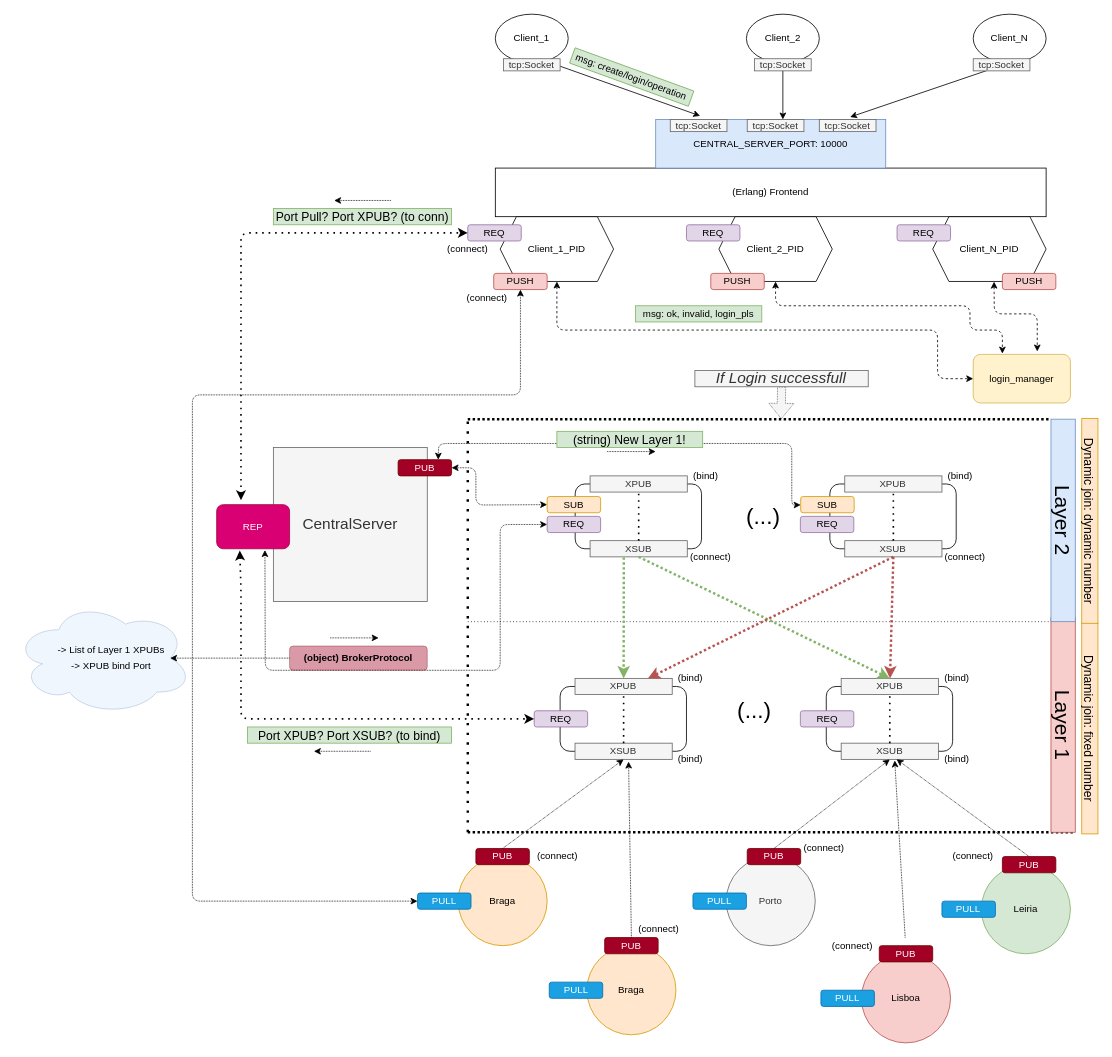
This is report/diagrams/geral.drawio from devzizu/covid-alarm-system, a draw.io file, before an edit. Source tidied: cells renumbered, new cells numbered last; positions are measured from the earlier drawing's top-left corner, leaving out a move shared by most shapes. Both pictures are drawn from the tidied source at 81%, with x=0, y=0 at pixel (14, 14).
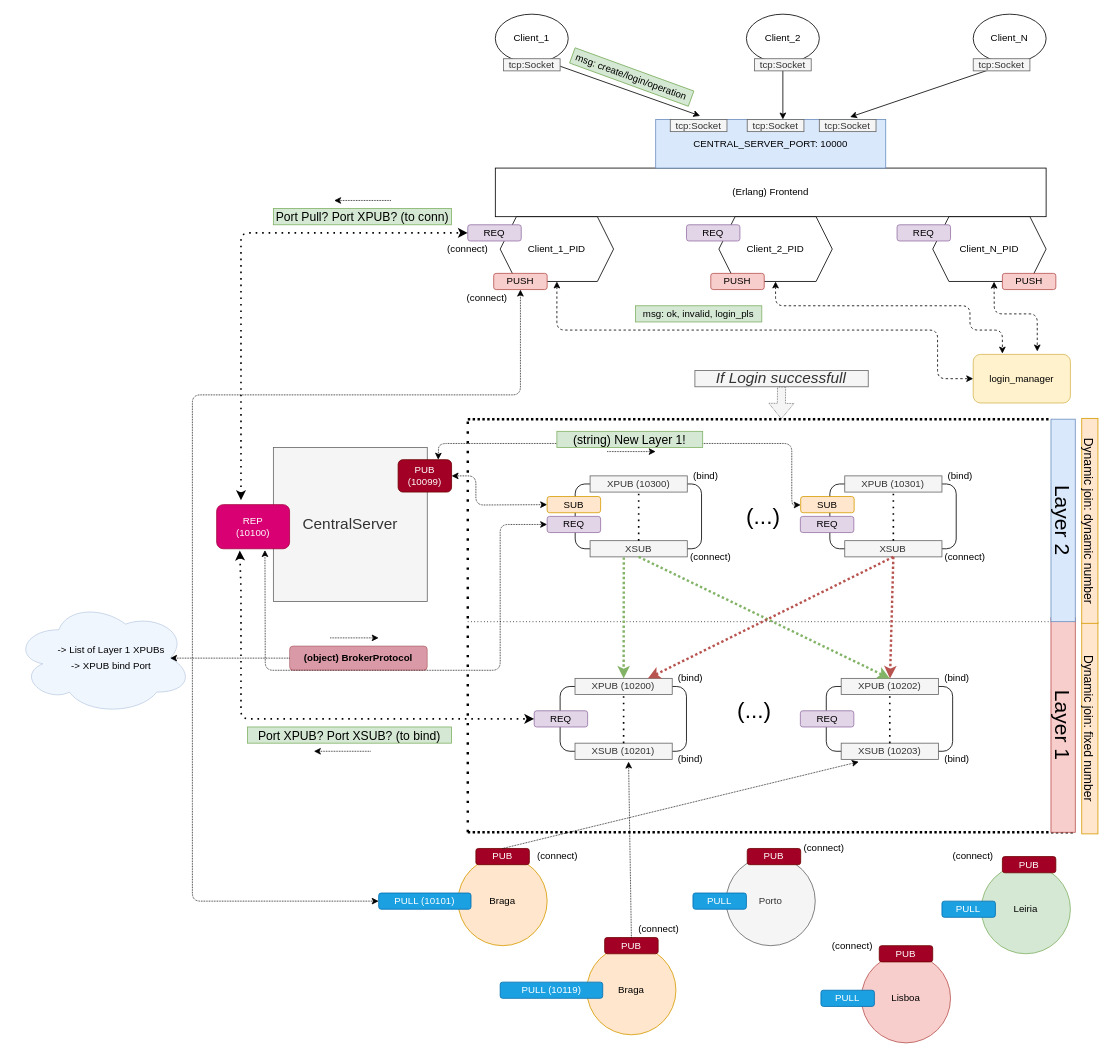
The same diagram, later.

Unchanged cells that the change refers to:
```xml
<mxCell id="55" value="PUB" style="rounded=1;whiteSpace=wrap;html=1;fillColor=#a20025;strokeColor=#6F0000;fontColor=#ffffff;" parent="1" vertex="1">
  <mxGeometry x="570" y="1030" width="66" height="20" as="geometry" />
</mxCell>
<mxCell id="57" value="PUB" style="rounded=1;whiteSpace=wrap;html=1;fillColor=#a20025;strokeColor=#6F0000;fontColor=#ffffff;" parent="1" vertex="1">
  <mxGeometry x="905" y="1030" width="66" height="20" as="geometry" />
</mxCell>
<mxCell id="59" value="PUB" style="rounded=1;whiteSpace=wrap;html=1;fillColor=#a20025;strokeColor=#6F0000;fontColor=#ffffff;" parent="1" vertex="1">
  <mxGeometry x="1220" y="1040" width="66" height="20" as="geometry" />
</mxCell>
<mxCell id="81" value="SUB" style="rounded=1;whiteSpace=wrap;html=1;fillColor=#ffe6cc;strokeColor=#d79b00;" parent="1" vertex="1">
  <mxGeometry x="658" y="595.5" width="66" height="20" as="geometry" />
</mxCell>
```

Diff of the diagram source:
```diff
@@
-    <mxCell id="44" value="XPUB" style="rounded=0;whiteSpace=wrap;html=1;sketch=0;fillColor=#f5f5f5;strokeColor=#666666;fontColor=#333333;" parent="1" vertex="1">
+    <mxCell id="44" value="XPUB (10200)" style="rounded=0;whiteSpace=wrap;html=1;sketch=0;fillColor=#f5f5f5;strokeColor=#666666;fontColor=#333333;" parent="1" vertex="1">
       <mxGeometry x="692.4" y="820" width="120" height="20" as="geometry" />
     </mxCell>
-    <mxCell id="45" value="XSUB" style="rounded=0;whiteSpace=wrap;html=1;sketch=0;fillColor=#f5f5f5;strokeColor=#666666;fontColor=#333333;" parent="1" vertex="1">
+    <mxCell id="45" value="XSUB (10201)" style="rounded=0;whiteSpace=wrap;html=1;sketch=0;fillColor=#f5f5f5;strokeColor=#666666;fontColor=#333333;" parent="1" vertex="1">
       <mxGeometry x="692.4" y="900" width="120" height="20" as="geometry" />
     </mxCell>
@@
-    <mxCell id="60" style="endArrow=classic;html=1;dashed=1;dashPattern=1 1;strokeWidth=1;exitX=0.5;exitY=0;exitDx=0;exitDy=0;entryX=0.5;entryY=1;entryDx=0;entryDy=0;" parent="1" edge="1" source="55" target="45">
+    <mxCell id="60" style="endArrow=classic;html=1;dashed=1;dashPattern=1 1;strokeWidth=1;exitX=0.5;exitY=0;exitDx=0;exitDy=0;entryX=0.181;entryY=1.148;entryDx=0;entryDy=0;entryPerimeter=0;" parent="1" edge="1" source="55" target="64">
       <mxGeometry relative="1" as="geometry" />
     </mxCell>
@@
-    <mxCell id="63" value="XPUB" style="rounded=0;whiteSpace=wrap;html=1;sketch=0;fillColor=#f5f5f5;strokeColor=#666666;fontColor=#333333;" parent="1" vertex="1">
+    <mxCell id="63" value="XPUB (10202)" style="rounded=0;whiteSpace=wrap;html=1;sketch=0;fillColor=#f5f5f5;strokeColor=#666666;fontColor=#333333;" parent="1" vertex="1">
       <mxGeometry x="1021" y="820" width="120" height="20" as="geometry" />
     </mxCell>
-    <mxCell id="64" value="XSUB" style="rounded=0;whiteSpace=wrap;html=1;sketch=0;fillColor=#f5f5f5;strokeColor=#666666;fontColor=#333333;" parent="1" vertex="1">
+    <mxCell id="64" value="XSUB (10203)" style="rounded=0;whiteSpace=wrap;html=1;sketch=0;fillColor=#f5f5f5;strokeColor=#666666;fontColor=#333333;" parent="1" vertex="1">
       <mxGeometry x="1021" y="900" width="120" height="20" as="geometry" />
     </mxCell>
@@
-    <mxCell id="69" style="endArrow=classic;html=1;dashed=1;dashPattern=1 1;strokeWidth=1;exitX=0.5;exitY=0;exitDx=0;exitDy=0;entryX=0.5;entryY=1;entryDx=0;entryDy=0;" parent="1" edge="1" source="57" target="64">
-      <mxGeometry relative="1" as="geometry" />
-    </mxCell>
@@
-    <mxCell id="75" style="endArrow=classic;html=1;dashed=1;dashPattern=1 1;strokeWidth=1;exitX=0.5;exitY=0;exitDx=0;exitDy=0;entryX=0.57;entryY=0.993;entryDx=0;entryDy=0;entryPerimeter=0;" parent="1" edge="1" source="59" target="64">
-      <mxGeometry relative="1" as="geometry" />
-    </mxCell>
-    <mxCell id="76" style="endArrow=classic;html=1;dashed=1;dashPattern=1 1;strokeWidth=1;entryX=0.551;entryY=1.067;entryDx=0;entryDy=0;entryPerimeter=0;" parent="1" edge="1" target="64">
-      <mxGeometry relative="1" as="geometry">
-        <mxPoint x="1100" y="1140" as="sourcePoint" />
-      </mxGeometry>
-    </mxCell>
@@
-    <mxCell id="78" value="XPUB" style="rounded=0;whiteSpace=wrap;html=1;sketch=0;fillColor=#f5f5f5;strokeColor=#666666;fontColor=#333333;" parent="1" vertex="1">
+    <mxCell id="78" value="XPUB (10300)" style="rounded=0;whiteSpace=wrap;html=1;sketch=0;fillColor=#f5f5f5;strokeColor=#666666;fontColor=#333333;" parent="1" vertex="1">
       <mxGeometry x="711" y="570" width="120" height="20" as="geometry" />
     </mxCell>
@@
-    <mxCell id="84" value="PUB" style="rounded=1;whiteSpace=wrap;html=1;fillColor=#a20025;strokeColor=#6F0000;fontColor=#ffffff;" parent="1" vertex="1">
-      <mxGeometry x="474" y="550" width="66" height="20" as="geometry" />
+    <mxCell id="84" value="PUB&lt;br&gt;(10099)" style="rounded=1;whiteSpace=wrap;html=1;fillColor=#a20025;strokeColor=#6F0000;fontColor=#ffffff;" parent="1" vertex="1">
+      <mxGeometry x="474" y="550" width="66" height="40" as="geometry" />
     </mxCell>
     <mxCell id="85" style="endArrow=classic;startArrow=classic;html=1;dashed=1;dashPattern=1 1;strokeWidth=1;exitX=1;exitY=0.5;exitDx=0;exitDy=0;entryX=0;entryY=0.5;entryDx=0;entryDy=0;" parent="1" edge="1" source="84" target="81">
       <mxGeometry relative="1" as="geometry">
         <Array as="points">
-          <mxPoint x="570" y="560" />
+          <mxPoint x="570" y="570" />
           <mxPoint x="570" y="606" />
         </Array>
       </mxGeometry>
     </mxCell>
@@
-    <mxCell id="91" value="XPUB" style="rounded=0;whiteSpace=wrap;html=1;sketch=0;fillColor=#f5f5f5;strokeColor=#666666;fontColor=#333333;" parent="1" vertex="1">
+    <mxCell id="91" value="XPUB (10301)" style="rounded=0;whiteSpace=wrap;html=1;sketch=0;fillColor=#f5f5f5;strokeColor=#666666;fontColor=#333333;" parent="1" vertex="1">
       <mxGeometry x="1025.4" y="570" width="120" height="20" as="geometry" />
     </mxCell>
@@
-    <mxCell id="106" value="PULL" style="rounded=1;whiteSpace=wrap;html=1;fillColor=#1ba1e2;strokeColor=#006EAF;fontColor=#ffffff;" parent="1" vertex="1">
-      <mxGeometry x="498" y="1085" width="66" height="20" as="geometry" />
+    <mxCell id="106" value="PULL (10101)" style="rounded=1;whiteSpace=wrap;html=1;fillColor=#1ba1e2;strokeColor=#006EAF;fontColor=#ffffff;" parent="1" vertex="1">
+      <mxGeometry x="450" y="1085" width="114" height="20" as="geometry" />
     </mxCell>
-    <mxCell id="107" value="PULL" style="rounded=1;whiteSpace=wrap;html=1;fillColor=#1ba1e2;strokeColor=#006EAF;fontColor=#ffffff;" parent="1" vertex="1">
-      <mxGeometry x="660.6" y="1195" width="66" height="20" as="geometry" />
+    <mxCell id="107" value="PULL (10119)" style="rounded=1;whiteSpace=wrap;html=1;fillColor=#1ba1e2;strokeColor=#006EAF;fontColor=#ffffff;" parent="1" vertex="1">
+      <mxGeometry x="600" y="1195" width="126.6" height="20" as="geometry" />
     </mxCell>
@@
-    <mxCell id="117" value="REP" style="rounded=1;whiteSpace=wrap;html=1;fillColor=#d80073;strokeColor=#A50040;fontColor=#ffffff;" parent="1" vertex="1">
+    <mxCell id="117" value="REP&lt;br&gt;(10100)" style="rounded=1;whiteSpace=wrap;html=1;fillColor=#d80073;strokeColor=#A50040;fontColor=#ffffff;" parent="1" vertex="1">
       <mxGeometry x="250" y="605.5" width="90" height="54.5" as="geometry" />
     </mxCell>
```
